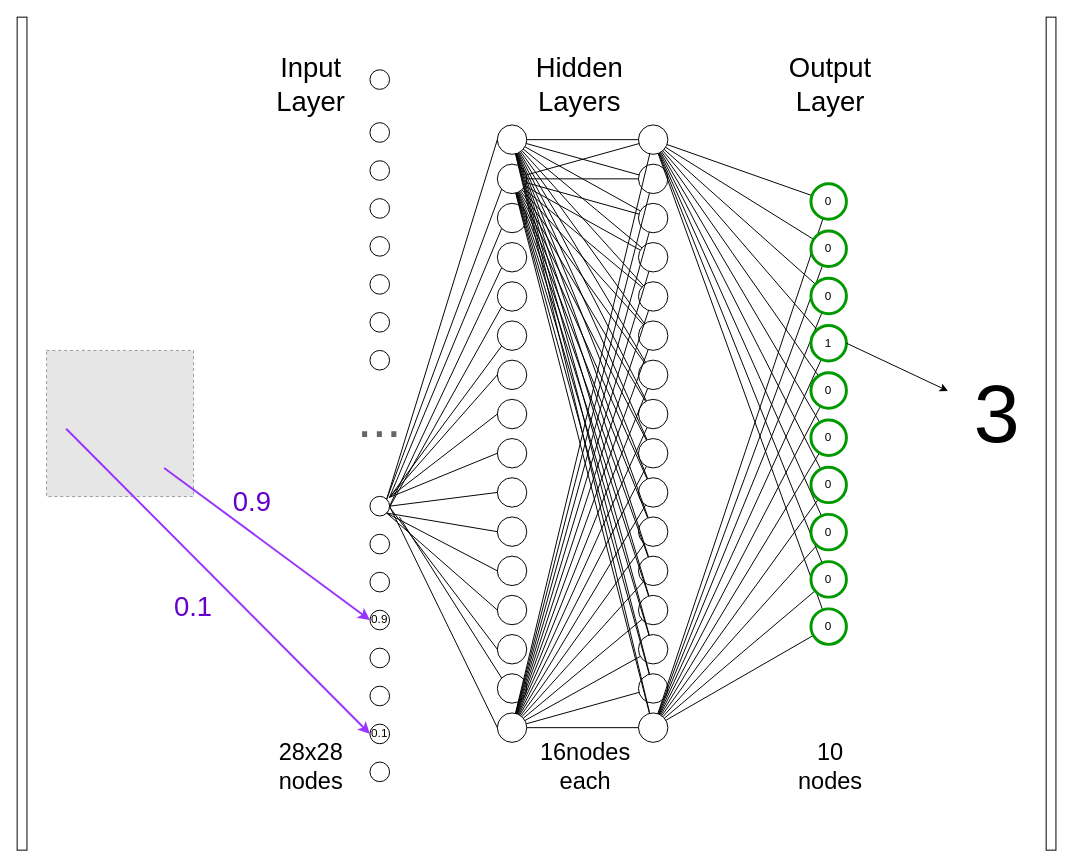
Earlier version of the draw.io diagram neural-net.drawio (chnoack/diagrams). Source tidied: cells renumbered, new cells numbered last; positions are measured from the earlier drawing's top-left corner, leaving out a move shared by most shapes. Both pictures are drawn from the tidied source at 98%, with x=0, y=0 at pixel (17, 17). Pictures stored in the file or linked from it are replaced by grey dashed boxes.
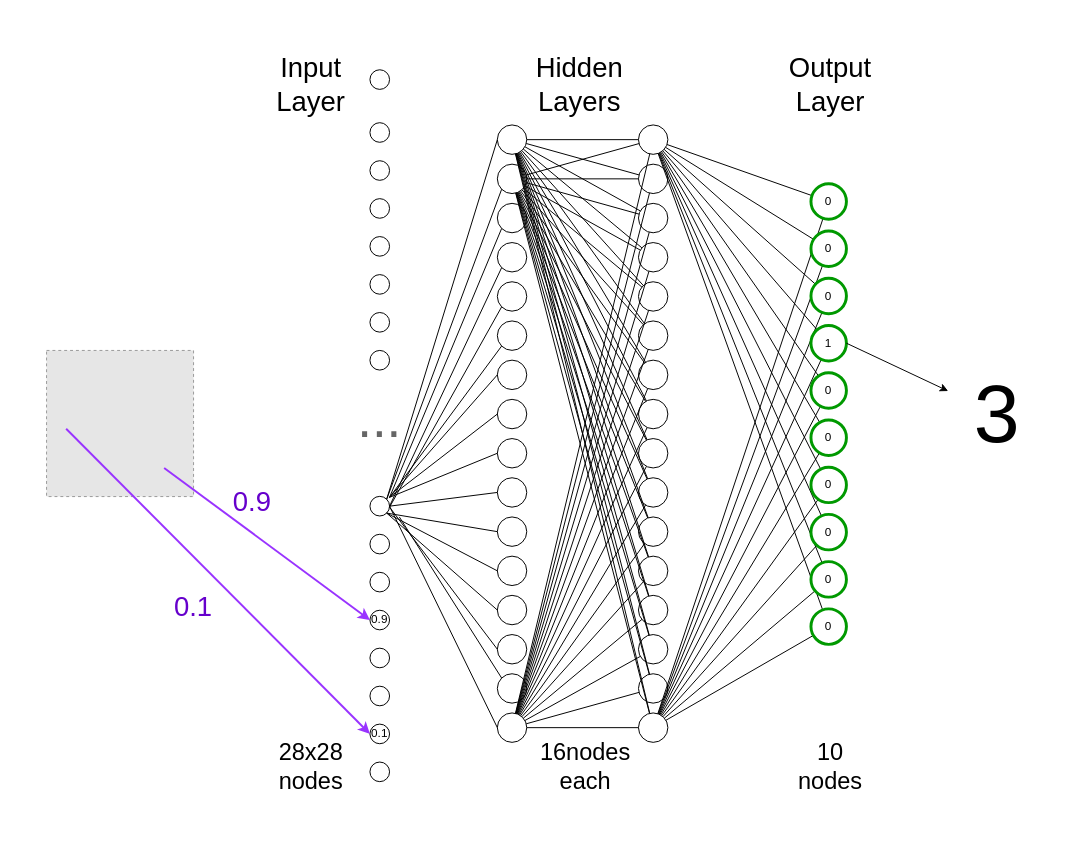
After the change.

What changed in the source:
```diff
@@
-    <mxCell id="159" style="rounded=0;whiteSpace=wrap;html=1;" parent="1" vertex="1">
+    <mxCell id="159" style="rounded=0;whiteSpace=wrap;html=1;fillColor=none;strokeColor=none;" parent="1" vertex="1">
       <mxGeometry x="1050" width="10" height="850" as="geometry" />
     </mxCell>
-    <mxCell id="160" style="rounded=0;whiteSpace=wrap;html=1;" parent="1" vertex="1">
-      <mxGeometry width="10" height="850" as="geometry" />
+    <mxCell id="160" style="rounded=0;whiteSpace=wrap;html=1;strokeColor=none;fillColor=none;" parent="1" vertex="1">
+      <mxGeometry y="30" width="10" height="820" as="geometry" />
     </mxCell>
```
